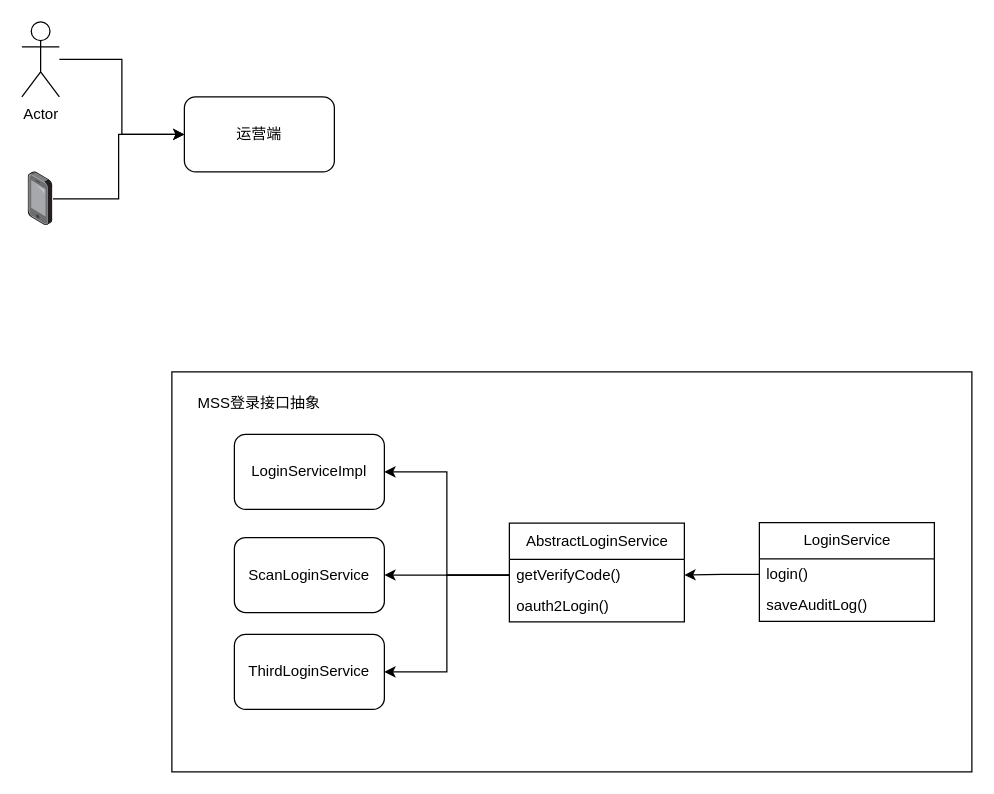
The draw.io diagram ah-security/src/main/java/com/zhansc/ahsecurity/mss/mss登录认证.drawio in zhansc/worksheet, before the edit. Source tidied: cells renumbered, new cells numbered last; positions are measured from the earlier drawing's top-left corner, leaving out a move shared by most shapes. Both pictures are drawn from the tidied source at 125%, with x=0, y=0 at pixel (21, 21).
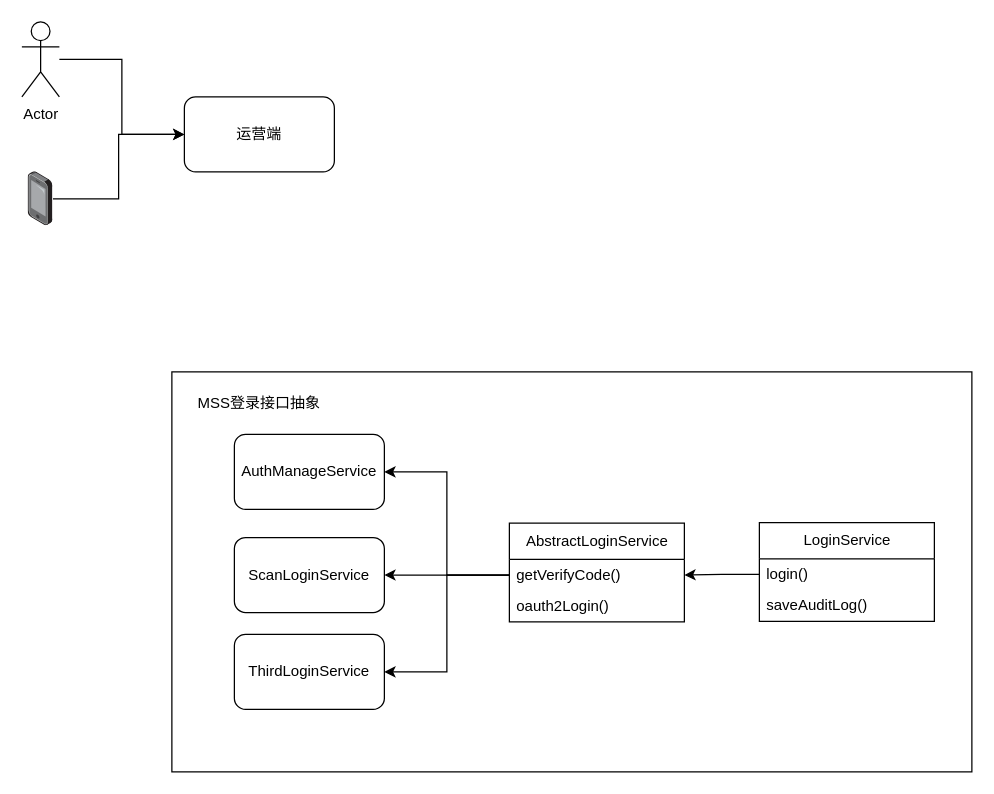
The same diagram, later.

Commit message:
更新mss登录认证.drawio

Diff of the diagram source:
```diff
@@
-    <mxCell id="8" value="LoginServiceImpl" style="rounded=1;whiteSpace=wrap;html=1;" parent="1" vertex="1">
+    <mxCell id="8" value="AuthManageService" style="rounded=1;whiteSpace=wrap;html=1;" parent="1" vertex="1">
       <mxGeometry x="170" y="330" width="120" height="60" as="geometry" />
     </mxCell>
```
